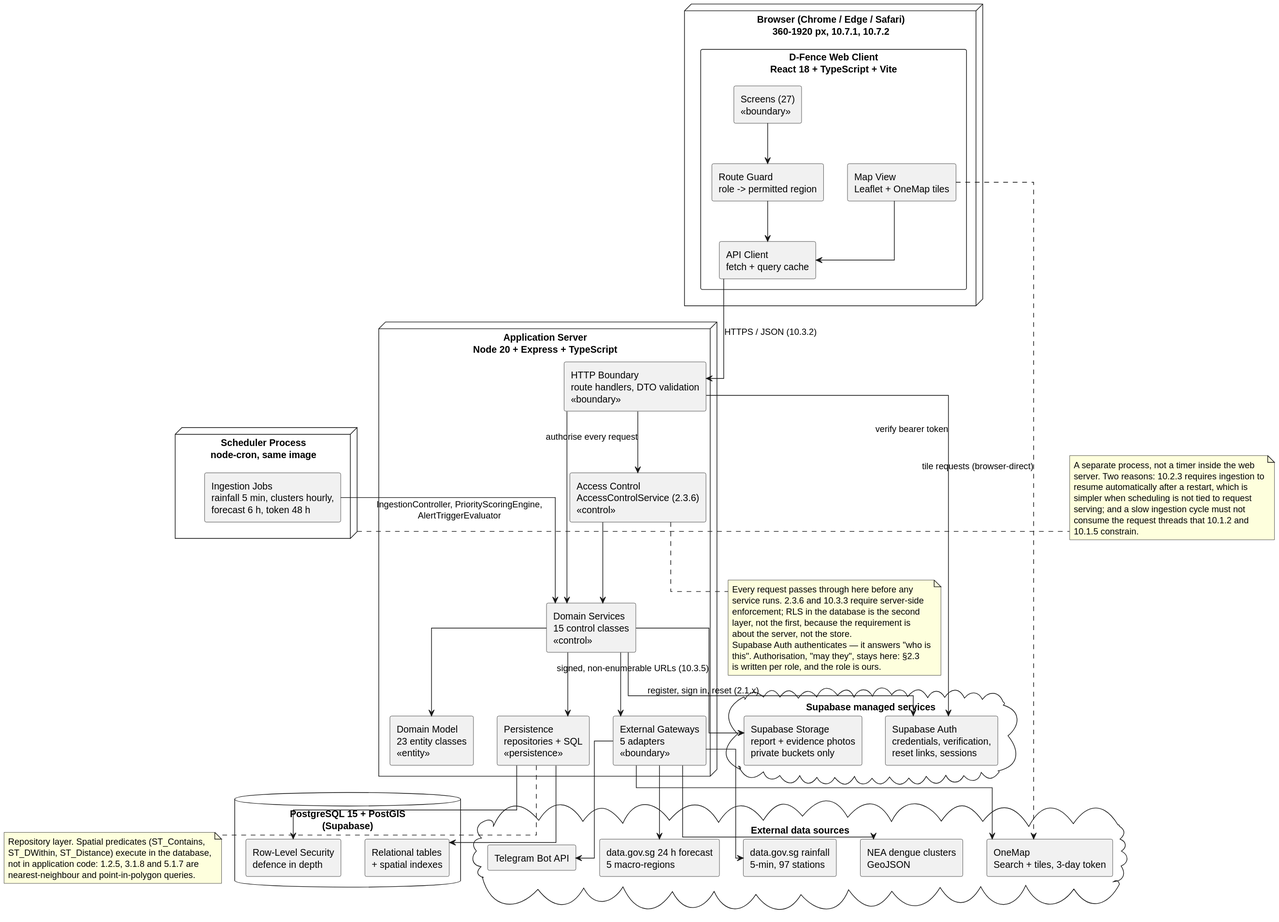
Earlier version of the PlantUML export lab3/D-Fence-Architecture.svg (whyk47/D-Fence).
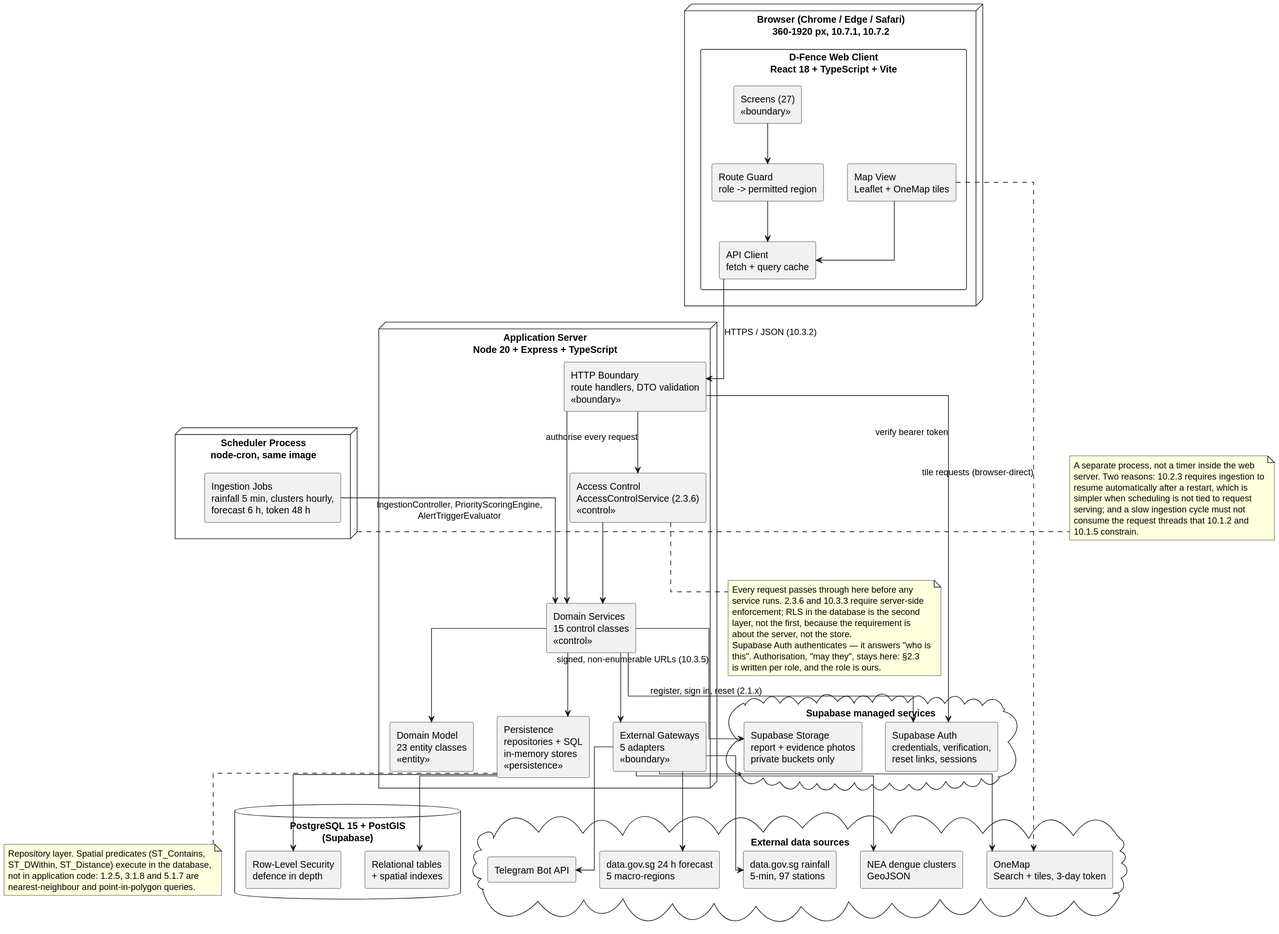
Above is the later version.

What changed in the source:
```diff
@@ -18,7 +18,7 @@
   component "Access Control\nAccessControlService (2.3.6)\n<<control>>" as AC
   component "Domain Services\n15 control classes\n<<control>>" as Services
   component "Domain Model\n23 entity classes\n<<entity>>" as Domain
-  component "Persistence\nrepositories + SQL\n<<persistence>>" as Persistence
+  component "Persistence\nrepositories + SQL\nin-memory stores\n<<persistence>>" as Persistence
   component "External Gateways\n5 adapters\n<<boundary>>" as Gateways
 }
 
```
